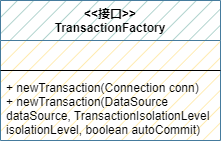
This is wzz-mybatis/mybatis-step04-解析数据源并获取连接.drawio.png from wsxzei/markdown-photos, a draw.io export, as it was before one commit. Source tidied: cells renumbered, new cells last; positions are measured from the earlier drawing's top-left corner, leaving out a move shared by most shapes.
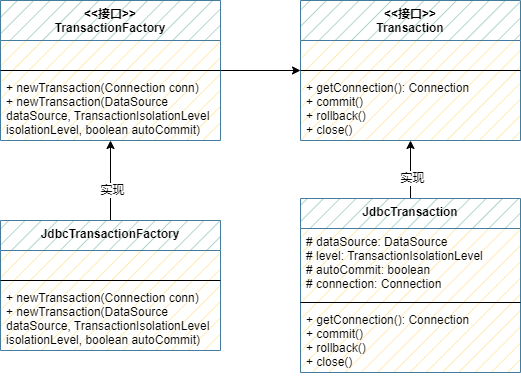
Above is the later version.

Commit message:
更新mybatis-step04-解析数据源并获取连接.drawio.png

Diff of the diagram source:
```diff
@@ -2,17 +2,68 @@
   <root>
     <mxCell id="0" />
     <mxCell id="1" parent="0" />
+    <mxCell id="6" style="edgeStyle=orthogonalEdgeStyle;rounded=0;jettySize=auto;html=1;" parent="1" edge="1" source="2" target="9">
+      <mxGeometry relative="1" as="geometry" />
+    </mxCell>
+    <mxCell id="7" value="实现" style="edgeLabel;html=1;align=center;verticalAlign=middle;" parent="6" vertex="1">
+      <mxGeometry x="-0.22" y="-1" relative="1" as="geometry" />
+    </mxCell>
-    <mxCell id="2" value="&lt;&lt;接口&gt;&gt;&#10;TransactionFactory" style="swimlane;fontStyle=1;align=center;verticalAlign=top;horizontal=1;startSize=40;gradientColor=none;swimlaneFillColor=#FFE599;fillStyle=hatch;fillColor=#9AC7BF;strokeColor=#457B9D;" parent="1" vertex="1">
-      <mxGeometry width="220" height="140" as="geometry" />
+    <mxCell id="2" value="JdbcTransactionFactory" style="swimlane;fontStyle=1;align=center;verticalAlign=top;horizontal=1;startSize=30;gradientColor=none;swimlaneFillColor=#FFE599;fillStyle=hatch;fillColor=#9AC7BF;strokeColor=#457B9D;" parent="1" vertex="1">
+      <mxGeometry width="220" height="130" as="geometry" />
     </mxCell>
     <mxCell id="3" value=" " style="text;strokeColor=none;fillColor=none;align=left;verticalAlign=top;spacingLeft=4;spacingRight=4;overflow=hidden;" parent="2" vertex="1">
-      <mxGeometry y="40" width="220" height="26" as="geometry" />
+      <mxGeometry y="30" width="220" height="26" as="geometry" />
     </mxCell>
     <mxCell id="4" style="line;strokeWidth=1;fillColor=none;align=left;verticalAlign=middle;spacingTop=-1;spacingLeft=3;spacingRight=3;labelPosition=right;" parent="2" vertex="1">
-      <mxGeometry y="66" width="220" height="8" as="geometry" />
+      <mxGeometry y="56" width="220" height="8" as="geometry" />
     </mxCell>
     <mxCell id="5" value="+ newTransaction(Connection conn)&#10;+ newTransaction(DataSource &#10;dataSource, TransactionIsolationLevel &#10;isolationLevel, boolean autoCommit)" style="text;strokeColor=none;fillColor=none;align=left;verticalAlign=top;spacingLeft=4;spacingRight=4;overflow=hidden;" parent="2" vertex="1">
-      <mxGeometry y="74" width="220" height="66" as="geometry" />
+      <mxGeometry y="64" width="220" height="66" as="geometry" />
     </mxCell>
+    <mxCell id="8" style="edgeStyle=orthogonalEdgeStyle;rounded=0;jettySize=auto;html=1;" parent="1" edge="1" source="9" target="13">
+      <mxGeometry relative="1" as="geometry" />
+    </mxCell>
+    <mxCell id="9" value="&lt;&lt;接口&gt;&gt;&#10;TransactionFactory" style="swimlane;fontStyle=1;align=center;verticalAlign=top;horizontal=1;startSize=40;gradientColor=none;swimlaneFillColor=#FFE599;fillStyle=hatch;fillColor=#9AC7BF;strokeColor=#457B9D;" parent="1" vertex="1">
+      <mxGeometry y="-220" width="220" height="140" as="geometry" />
+    </mxCell>
+    <mxCell id="10" value=" " style="text;strokeColor=none;fillColor=none;align=left;verticalAlign=top;spacingLeft=4;spacingRight=4;overflow=hidden;" parent="9" vertex="1">
+      <mxGeometry y="40" width="220" height="26" as="geometry" />
+    </mxCell>
+    <mxCell id="11" style="line;strokeWidth=1;fillColor=none;align=left;verticalAlign=middle;spacingTop=-1;spacingLeft=3;spacingRight=3;labelPosition=right;" parent="9" vertex="1">
+      <mxGeometry y="66" width="220" height="8" as="geometry" />
+    </mxCell>
+    <mxCell id="12" value="+ newTransaction(Connection conn)&#10;+ newTransaction(DataSource &#10;dataSource, TransactionIsolationLevel &#10;isolationLevel, boolean autoCommit)" style="text;strokeColor=none;fillColor=none;align=left;verticalAlign=top;spacingLeft=4;spacingRight=4;overflow=hidden;" parent="9" vertex="1">
+      <mxGeometry y="74" width="220" height="66" as="geometry" />
+    </mxCell>
+    <mxCell id="13" value="&lt;&lt;接口&gt;&gt;&#10;Transaction" style="swimlane;fontStyle=1;align=center;verticalAlign=top;horizontal=1;startSize=40;gradientColor=none;swimlaneFillColor=#FFE599;fillStyle=hatch;fillColor=#9AC7BF;strokeColor=#457B9D;" parent="1" vertex="1">
+      <mxGeometry x="300" y="-220" width="220" height="140" as="geometry" />
+    </mxCell>
+    <mxCell id="14" value=" " style="text;strokeColor=none;fillColor=none;align=left;verticalAlign=top;spacingLeft=4;spacingRight=4;overflow=hidden;" parent="13" vertex="1">
+      <mxGeometry y="40" width="220" height="26" as="geometry" />
+    </mxCell>
+    <mxCell id="15" style="line;strokeWidth=1;fillColor=none;align=left;verticalAlign=middle;spacingTop=-1;spacingLeft=3;spacingRight=3;labelPosition=right;" parent="13" vertex="1">
+      <mxGeometry y="66" width="220" height="8" as="geometry" />
+    </mxCell>
+    <mxCell id="16" value="+ getConnection(): Connection&#10;+ commit()&#10;+ rollback()&#10;+ close()" style="text;strokeColor=none;fillColor=none;align=left;verticalAlign=top;spacingLeft=4;spacingRight=4;overflow=hidden;points=[[0,0.5],[1,0.5]];portConstraint=eastwest;" parent="13" vertex="1">
+      <mxGeometry y="74" width="220" height="66" as="geometry" />
+    </mxCell>
+    <mxCell id="17" style="edgeStyle=orthogonalEdgeStyle;rounded=0;jettySize=auto;html=1;entryX=0.5;entryY=1;entryDx=0;entryDy=0;entryPerimeter=0;" parent="1" edge="1" source="19" target="16">
+      <mxGeometry relative="1" as="geometry" />
+    </mxCell>
+    <mxCell id="18" value="实现" style="edgeLabel;html=1;align=center;verticalAlign=middle;" parent="17" vertex="1">
+      <mxGeometry x="-0.26" y="-1" relative="1" as="geometry" />
+    </mxCell>
+    <mxCell id="19" value="JdbcTransaction" style="swimlane;fontStyle=1;align=center;verticalAlign=top;horizontal=1;startSize=30;gradientColor=none;swimlaneFillColor=#FFE599;fillStyle=hatch;fillColor=#9AC7BF;strokeColor=#457B9D;" parent="1" vertex="1">
+      <mxGeometry x="300" y="-22" width="220" height="174" as="geometry" />
+    </mxCell>
+    <mxCell id="20" value="# dataSource: DataSource&#10;# level: TransactionIsolationLevel&#10;# autoCommit: boolean&#10;# connection: Connection" style="text;strokeColor=none;fillColor=none;align=left;verticalAlign=top;spacingLeft=4;spacingRight=4;overflow=hidden;" parent="19" vertex="1">
+      <mxGeometry y="30" width="220" height="70" as="geometry" />
+    </mxCell>
+    <mxCell id="21" style="line;strokeWidth=1;fillColor=none;align=left;verticalAlign=middle;spacingTop=-1;spacingLeft=3;spacingRight=3;labelPosition=right;" parent="19" vertex="1">
+      <mxGeometry y="100" width="220" height="8" as="geometry" />
+    </mxCell>
+    <mxCell id="22" value="+ getConnection(): Connection&#10;+ commit()&#10;+ rollback()&#10;+ close() " style="text;strokeColor=none;fillColor=none;align=left;verticalAlign=top;spacingLeft=4;spacingRight=4;overflow=hidden;" parent="19" vertex="1">
+      <mxGeometry y="108" width="220" height="66" as="geometry" />
+    </mxCell>
   </root>
 </mxGraphModel>
```
